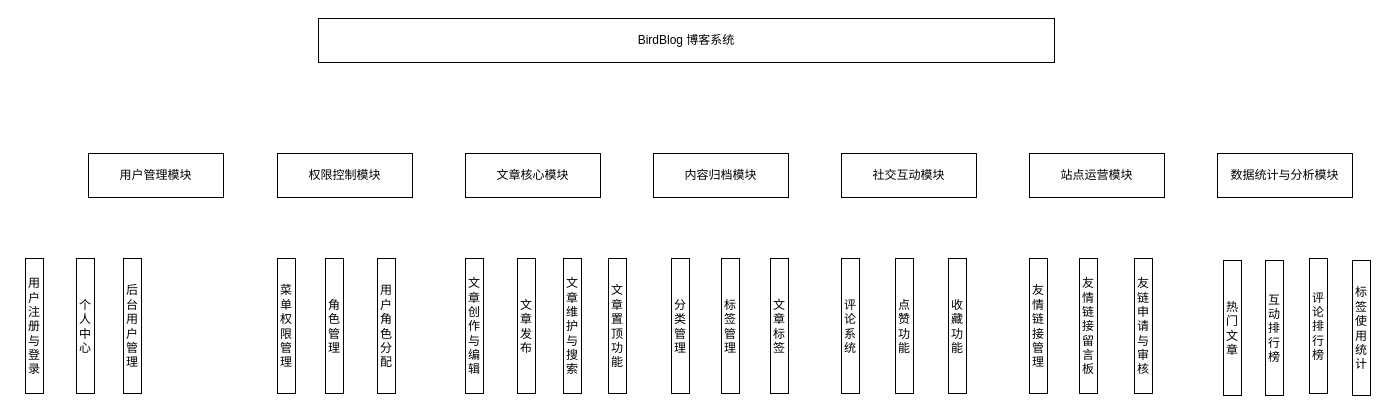
The draw.io diagram graph/系统功能模块图.drawio in zhangbird050801/bird-blog, before the edit. Source tidied: cells renumbered, new cells numbered last; positions are measured from the earlier drawing's top-left corner, leaving out a move shared by most shapes. Both pictures are drawn from the tidied source at 100%, with x=0, y=0 at pixel (25, 18).
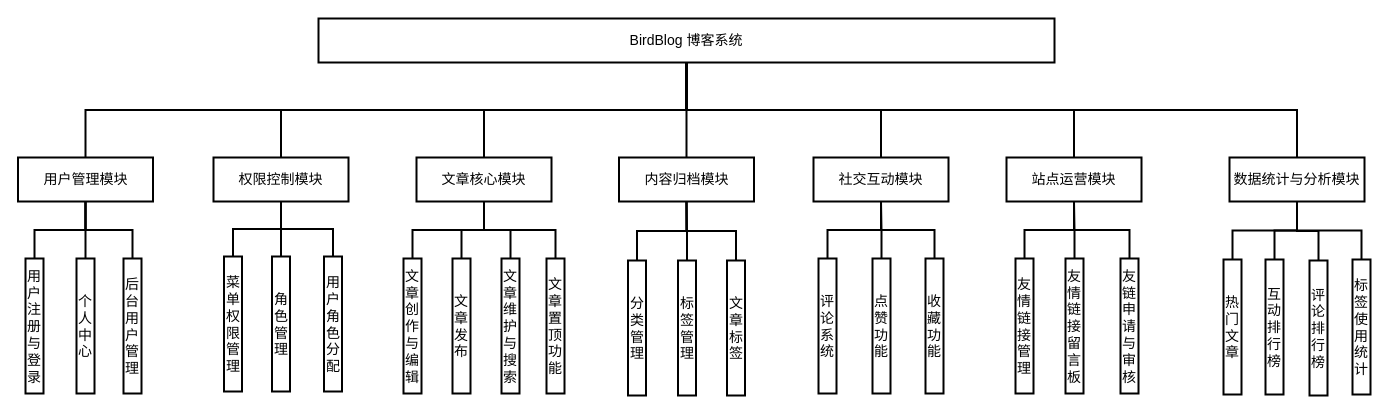
The same page after the edit.

Commit message:
更新系统功能模块图.drawio

The edit, as a diff of the source:
```diff
@@
+    <mxCell id="33" style="edgeStyle=orthogonalEdgeStyle;rounded=0;jettySize=auto;html=1;exitX=0.5;exitY=1;exitDx=0;exitDy=0;entryX=0.5;entryY=0;entryDx=0;entryDy=0;endArrow=none;endFill=0;strokeWidth=2;fontSize=14;" parent="1" edge="1" source="2" target="3">
+      <mxGeometry relative="1" as="geometry" />
+    </mxCell>
-    <mxCell id="2" value="BirdBlog 博客系统" style="rounded=0;whiteSpace=wrap;html=1;" parent="1" vertex="1">
+    <mxCell id="2" value="BirdBlog 博客系统" style="rounded=0;whiteSpace=wrap;html=1;strokeWidth=2;fontSize=14;" parent="1" vertex="1">
       <mxGeometry x="293" width="736" height="44" as="geometry" />
     </mxCell>
-    <mxCell id="3" value="用户管理模块" style="rounded=0;whiteSpace=wrap;html=1;" parent="1" vertex="1">
-      <mxGeometry x="63" y="135" width="135" height="44" as="geometry" />
+    <mxCell id="3" value="用户管理模块" style="rounded=0;whiteSpace=wrap;html=1;strokeWidth=2;fontSize=14;" parent="1" vertex="1">
+      <mxGeometry x="-7.5" y="139" width="135" height="44" as="geometry" />
     </mxCell>
+    <mxCell id="34" style="edgeStyle=orthogonalEdgeStyle;rounded=0;jettySize=auto;html=1;endArrow=none;endFill=0;strokeWidth=2;fontSize=14;" parent="1" edge="1" source="4" target="2">
+      <mxGeometry relative="1" as="geometry" />
+    </mxCell>
-    <mxCell id="4" value="权限控制模块" style="rounded=0;whiteSpace=wrap;html=1;" parent="1" vertex="1">
-      <mxGeometry x="252" y="135" width="135" height="44" as="geometry" />
+    <mxCell id="4" value="权限控制模块" style="rounded=0;whiteSpace=wrap;html=1;strokeWidth=2;fontSize=14;" parent="1" vertex="1">
+      <mxGeometry x="188" y="139" width="135" height="44" as="geometry" />
     </mxCell>
+    <mxCell id="35" style="edgeStyle=orthogonalEdgeStyle;rounded=0;jettySize=auto;html=1;endArrow=none;endFill=0;strokeWidth=2;fontSize=14;" parent="1" edge="1" source="5" target="2">
+      <mxGeometry relative="1" as="geometry" />
+    </mxCell>
-    <mxCell id="5" value="文章核心模块" style="rounded=0;whiteSpace=wrap;html=1;" parent="1" vertex="1">
-      <mxGeometry x="440" y="135" width="135" height="44" as="geometry" />
+    <mxCell id="5" value="文章核心模块" style="rounded=0;whiteSpace=wrap;html=1;strokeWidth=2;fontSize=14;" parent="1" vertex="1">
+      <mxGeometry x="391" y="139" width="135" height="44" as="geometry" />
     </mxCell>
+    <mxCell id="36" style="edgeStyle=orthogonalEdgeStyle;rounded=0;jettySize=auto;html=1;endArrow=none;endFill=0;strokeWidth=2;fontSize=14;" parent="1" edge="1" source="6" target="2">
+      <mxGeometry relative="1" as="geometry" />
+    </mxCell>
-    <mxCell id="6" value="内容归档模块" style="rounded=0;whiteSpace=wrap;html=1;" parent="1" vertex="1">
-      <mxGeometry x="628" y="135" width="135" height="44" as="geometry" />
+    <mxCell id="6" value="内容归档模块" style="rounded=0;whiteSpace=wrap;html=1;strokeWidth=2;fontSize=14;" parent="1" vertex="1">
+      <mxGeometry x="593.5" y="139" width="135" height="44" as="geometry" />
     </mxCell>
+    <mxCell id="37" style="edgeStyle=orthogonalEdgeStyle;rounded=0;jettySize=auto;html=1;endArrow=none;endFill=0;strokeWidth=2;fontSize=14;" parent="1" edge="1" source="7" target="2">
+      <mxGeometry relative="1" as="geometry" />
+    </mxCell>
-    <mxCell id="7" value="社交互动模块" style="rounded=0;whiteSpace=wrap;html=1;" parent="1" vertex="1">
-      <mxGeometry x="816" y="135" width="135" height="44" as="geometry" />
+    <mxCell id="7" value="社交互动模块" style="rounded=0;whiteSpace=wrap;html=1;strokeWidth=2;fontSize=14;" parent="1" vertex="1">
+      <mxGeometry x="788" y="139" width="135" height="44" as="geometry" />
     </mxCell>
+    <mxCell id="38" style="edgeStyle=orthogonalEdgeStyle;rounded=0;jettySize=auto;html=1;endArrow=none;endFill=0;strokeWidth=2;fontSize=14;" parent="1" edge="1" source="8" target="2">
+      <mxGeometry relative="1" as="geometry" />
+    </mxCell>
-    <mxCell id="8" value="站点运营模块" style="rounded=0;whiteSpace=wrap;html=1;" parent="1" vertex="1">
-      <mxGeometry x="1004" y="135" width="135" height="44" as="geometry" />
+    <mxCell id="8" value="站点运营模块" style="rounded=0;whiteSpace=wrap;html=1;strokeWidth=2;fontSize=14;" parent="1" vertex="1">
+      <mxGeometry x="981" y="139" width="135" height="44" as="geometry" />
     </mxCell>
+    <mxCell id="39" style="edgeStyle=orthogonalEdgeStyle;rounded=0;jettySize=auto;html=1;exitX=0.5;exitY=0;exitDx=0;exitDy=0;entryX=0.5;entryY=1;entryDx=0;entryDy=0;endArrow=none;endFill=0;strokeWidth=2;fontSize=14;" parent="1" edge="1" source="9" target="2">
+      <mxGeometry relative="1" as="geometry" />
+    </mxCell>
-    <mxCell id="9" value="数据统计与分析模块" style="rounded=0;whiteSpace=wrap;html=1;" parent="1" vertex="1">
-      <mxGeometry x="1192" y="135" width="135" height="44" as="geometry" />
+    <mxCell id="9" value="数据统计与分析模块" style="rounded=0;whiteSpace=wrap;html=1;strokeWidth=2;fontSize=14;" parent="1" vertex="1">
+      <mxGeometry x="1204" y="139" width="135" height="44" as="geometry" />
     </mxCell>
+    <mxCell id="40" style="edgeStyle=orthogonalEdgeStyle;rounded=0;jettySize=auto;html=1;endArrow=none;endFill=0;strokeWidth=2;fontSize=14;" parent="1" edge="1" source="10" target="3">
+      <mxGeometry relative="1" as="geometry" />
+    </mxCell>
-    <mxCell id="10" value="用户注册与登录" style="rounded=0;whiteSpace=wrap;html=1;direction=south;" parent="1" vertex="1">
+    <mxCell id="10" value="用户注册与登录" style="rounded=0;whiteSpace=wrap;html=1;direction=south;strokeWidth=2;fontSize=14;" parent="1" vertex="1">
       <mxGeometry y="240" width="18" height="135" as="geometry" />
     </mxCell>
+    <mxCell id="41" style="edgeStyle=orthogonalEdgeStyle;rounded=0;jettySize=auto;html=1;endArrow=none;endFill=0;strokeWidth=2;fontSize=14;" parent="1" edge="1" source="11" target="3">
+      <mxGeometry relative="1" as="geometry" />
+    </mxCell>
-    <mxCell id="11" value="个人中心" style="rounded=0;whiteSpace=wrap;html=1;direction=south;" parent="1" vertex="1">
+    <mxCell id="11" value="个人中心" style="rounded=0;whiteSpace=wrap;html=1;direction=south;strokeWidth=2;fontSize=14;" parent="1" vertex="1">
       <mxGeometry x="51" y="240" width="18" height="135" as="geometry" />
     </mxCell>
+    <mxCell id="42" style="edgeStyle=orthogonalEdgeStyle;rounded=0;jettySize=auto;html=1;endArrow=none;endFill=0;strokeWidth=2;fontSize=14;" parent="1" edge="1" source="12" target="3">
+      <mxGeometry relative="1" as="geometry" />
+    </mxCell>
-    <mxCell id="12" value="后台用户管理" style="rounded=0;whiteSpace=wrap;html=1;direction=south;" parent="1" vertex="1">
+    <mxCell id="12" value="后台用户管理" style="rounded=0;whiteSpace=wrap;html=1;direction=south;strokeWidth=2;fontSize=14;" parent="1" vertex="1">
       <mxGeometry x="98" y="240" width="18" height="135" as="geometry" />
     </mxCell>
+    <mxCell id="43" style="edgeStyle=orthogonalEdgeStyle;rounded=0;jettySize=auto;html=1;endArrow=none;endFill=0;strokeWidth=2;fontSize=14;" parent="1" edge="1" source="13" target="4">
+      <mxGeometry relative="1" as="geometry" />
+    </mxCell>
-    <mxCell id="13" value="菜单权限管理" style="rounded=0;whiteSpace=wrap;html=1;direction=south;" parent="1" vertex="1">
-      <mxGeometry x="252" y="240" width="18" height="135" as="geometry" />
+    <mxCell id="13" value="菜单权限管理" style="rounded=0;whiteSpace=wrap;html=1;direction=south;strokeWidth=2;fontSize=14;" parent="1" vertex="1">
+      <mxGeometry x="198.5" y="238" width="18" height="135" as="geometry" />
     </mxCell>
+    <mxCell id="44" style="edgeStyle=orthogonalEdgeStyle;rounded=0;jettySize=auto;html=1;endArrow=none;endFill=0;strokeWidth=2;fontSize=14;" parent="1" edge="1" source="14" target="4">
+      <mxGeometry relative="1" as="geometry" />
+    </mxCell>
-    <mxCell id="14" value="角色管理" style="rounded=0;whiteSpace=wrap;html=1;direction=south;" parent="1" vertex="1">
-      <mxGeometry x="300" y="240" width="18" height="135" as="geometry" />
+    <mxCell id="14" value="角色管理" style="rounded=0;whiteSpace=wrap;html=1;direction=south;strokeWidth=2;fontSize=14;" parent="1" vertex="1">
+      <mxGeometry x="246.5" y="238" width="18" height="135" as="geometry" />
     </mxCell>
+    <mxCell id="45" style="edgeStyle=orthogonalEdgeStyle;rounded=0;jettySize=auto;html=1;endArrow=none;endFill=0;strokeWidth=2;fontSize=14;" parent="1" edge="1" source="15" target="4">
+      <mxGeometry relative="1" as="geometry" />
+    </mxCell>
-    <mxCell id="15" value="用户角色分配" style="rounded=0;whiteSpace=wrap;html=1;direction=south;" parent="1" vertex="1">
-      <mxGeometry x="352" y="240" width="18" height="135" as="geometry" />
+    <mxCell id="15" value="用户角色分配" style="rounded=0;whiteSpace=wrap;html=1;direction=south;strokeWidth=2;fontSize=14;" parent="1" vertex="1">
+      <mxGeometry x="298.5" y="238" width="18" height="135" as="geometry" />
     </mxCell>
+    <mxCell id="46" style="edgeStyle=orthogonalEdgeStyle;rounded=0;jettySize=auto;html=1;endArrow=none;endFill=0;strokeWidth=2;fontSize=14;" parent="1" edge="1" source="16" target="5">
+      <mxGeometry relative="1" as="geometry" />
+    </mxCell>
-    <mxCell id="16" value="文章创作与编辑" style="rounded=0;whiteSpace=wrap;html=1;direction=south;" parent="1" vertex="1">
-      <mxGeometry x="440" y="240" width="18" height="135" as="geometry" />
+    <mxCell id="16" value="文章创作与编辑" style="rounded=0;whiteSpace=wrap;html=1;direction=south;strokeWidth=2;fontSize=14;" parent="1" vertex="1">
+      <mxGeometry x="378" y="240" width="18" height="135" as="geometry" />
     </mxCell>
+    <mxCell id="47" style="edgeStyle=orthogonalEdgeStyle;rounded=0;jettySize=auto;html=1;endArrow=none;endFill=0;strokeWidth=2;fontSize=14;" parent="1" edge="1" source="17" target="5">
+      <mxGeometry relative="1" as="geometry" />
+    </mxCell>
-    <mxCell id="17" value="文章发布" style="rounded=0;whiteSpace=wrap;html=1;direction=south;" parent="1" vertex="1">
-      <mxGeometry x="492" y="240" width="18" height="135" as="geometry" />
+    <mxCell id="17" value="文章发布" style="rounded=0;whiteSpace=wrap;html=1;direction=south;strokeWidth=2;fontSize=14;" parent="1" vertex="1">
+      <mxGeometry x="427" y="240" width="18" height="135" as="geometry" />
     </mxCell>
+    <mxCell id="48" style="edgeStyle=orthogonalEdgeStyle;rounded=0;jettySize=auto;html=1;endArrow=none;endFill=0;strokeWidth=2;fontSize=14;" parent="1" edge="1" source="18" target="5">
+      <mxGeometry relative="1" as="geometry" />
+    </mxCell>
-    <mxCell id="18" value="文章维护与搜索" style="rounded=0;whiteSpace=wrap;html=1;direction=south;" parent="1" vertex="1">
-      <mxGeometry x="538" y="240" width="18" height="135" as="geometry" />
+    <mxCell id="18" value="文章维护与搜索" style="rounded=0;whiteSpace=wrap;html=1;direction=south;strokeWidth=2;fontSize=14;" parent="1" vertex="1">
+      <mxGeometry x="476" y="240" width="18" height="135" as="geometry" />
     </mxCell>
+    <mxCell id="49" style="edgeStyle=orthogonalEdgeStyle;rounded=0;jettySize=auto;html=1;endArrow=none;endFill=0;strokeWidth=2;fontSize=14;" parent="1" edge="1" source="19" target="5">
+      <mxGeometry relative="1" as="geometry" />
+    </mxCell>
-    <mxCell id="19" value="文章置顶功能" style="rounded=0;whiteSpace=wrap;html=1;direction=south;" parent="1" vertex="1">
-      <mxGeometry x="583" y="240" width="18" height="135" as="geometry" />
+    <mxCell id="19" value="文章置顶功能" style="rounded=0;whiteSpace=wrap;html=1;direction=south;strokeWidth=2;fontSize=14;" parent="1" vertex="1">
+      <mxGeometry x="521" y="240" width="18" height="135" as="geometry" />
     </mxCell>
+    <mxCell id="50" style="edgeStyle=orthogonalEdgeStyle;rounded=0;jettySize=auto;html=1;endArrow=none;endFill=0;strokeWidth=2;fontSize=14;" parent="1" edge="1" source="20" target="6">
+      <mxGeometry relative="1" as="geometry" />
+    </mxCell>
-    <mxCell id="20" value="分类管理" style="rounded=0;whiteSpace=wrap;html=1;direction=south;" parent="1" vertex="1">
-      <mxGeometry x="646" y="240" width="18" height="135" as="geometry" />
+    <mxCell id="20" value="分类管理" style="rounded=0;whiteSpace=wrap;html=1;direction=south;strokeWidth=2;fontSize=14;" parent="1" vertex="1">
+      <mxGeometry x="602.5" y="242" width="18" height="135" as="geometry" />
     </mxCell>
+    <mxCell id="51" style="edgeStyle=orthogonalEdgeStyle;rounded=0;jettySize=auto;html=1;endArrow=none;endFill=0;strokeWidth=2;fontSize=14;" parent="1" edge="1" source="21" target="6">
+      <mxGeometry relative="1" as="geometry" />
+    </mxCell>
-    <mxCell id="21" value="标签管理" style="rounded=0;whiteSpace=wrap;html=1;direction=south;" parent="1" vertex="1">
-      <mxGeometry x="696" y="240" width="18" height="135" as="geometry" />
+    <mxCell id="21" value="标签管理" style="rounded=0;whiteSpace=wrap;html=1;direction=south;strokeWidth=2;fontSize=14;" parent="1" vertex="1">
+      <mxGeometry x="652.5" y="242" width="18" height="135" as="geometry" />
     </mxCell>
+    <mxCell id="52" style="edgeStyle=orthogonalEdgeStyle;rounded=0;jettySize=auto;html=1;endArrow=none;endFill=0;strokeWidth=2;fontSize=14;" parent="1" edge="1" source="22" target="6">
+      <mxGeometry relative="1" as="geometry" />
+    </mxCell>
-    <mxCell id="22" value="文章标签" style="rounded=0;whiteSpace=wrap;html=1;direction=south;" parent="1" vertex="1">
-      <mxGeometry x="745" y="240" width="18" height="135" as="geometry" />
+    <mxCell id="22" value="文章标签" style="rounded=0;whiteSpace=wrap;html=1;direction=south;strokeWidth=2;fontSize=14;" parent="1" vertex="1">
+      <mxGeometry x="701.5" y="242" width="18" height="135" as="geometry" />
     </mxCell>
+    <mxCell id="53" style="edgeStyle=orthogonalEdgeStyle;rounded=0;jettySize=auto;html=1;endArrow=none;endFill=0;strokeWidth=2;fontSize=14;" parent="1" edge="1" source="23" target="7">
+      <mxGeometry relative="1" as="geometry" />
+    </mxCell>
-    <mxCell id="23" value="评论系统" style="rounded=0;whiteSpace=wrap;html=1;direction=south;" parent="1" vertex="1">
-      <mxGeometry x="816" y="240" width="18" height="135" as="geometry" />
+    <mxCell id="23" value="评论系统" style="rounded=0;whiteSpace=wrap;html=1;direction=south;strokeWidth=2;fontSize=14;" parent="1" vertex="1">
+      <mxGeometry x="793" y="240" width="18" height="135" as="geometry" />
     </mxCell>
+    <mxCell id="54" style="edgeStyle=orthogonalEdgeStyle;rounded=0;jettySize=auto;html=1;endArrow=none;endFill=0;strokeWidth=2;fontSize=14;" parent="1" edge="1" source="24" target="7">
+      <mxGeometry relative="1" as="geometry" />
+    </mxCell>
-    <mxCell id="24" value="点赞功能" style="rounded=0;whiteSpace=wrap;html=1;direction=south;" parent="1" vertex="1">
-      <mxGeometry x="870" y="240" width="18" height="135" as="geometry" />
+    <mxCell id="24" value="点赞功能" style="rounded=0;whiteSpace=wrap;html=1;direction=south;strokeWidth=2;fontSize=14;" parent="1" vertex="1">
+      <mxGeometry x="847" y="240" width="18" height="135" as="geometry" />
     </mxCell>
+    <mxCell id="55" style="edgeStyle=orthogonalEdgeStyle;rounded=0;jettySize=auto;html=1;endArrow=none;endFill=0;strokeWidth=2;fontSize=14;" parent="1" edge="1" source="25" target="7">
+      <mxGeometry relative="1" as="geometry" />
+    </mxCell>
-    <mxCell id="25" value="收藏功能" style="rounded=0;whiteSpace=wrap;html=1;direction=south;" parent="1" vertex="1">
-      <mxGeometry x="923" y="240" width="18" height="135" as="geometry" />
+    <mxCell id="25" value="收藏功能" style="rounded=0;whiteSpace=wrap;html=1;direction=south;strokeWidth=2;fontSize=14;" parent="1" vertex="1">
+      <mxGeometry x="900" y="240" width="18" height="135" as="geometry" />
     </mxCell>
+    <mxCell id="56" style="edgeStyle=orthogonalEdgeStyle;rounded=0;jettySize=auto;html=1;endArrow=none;endFill=0;strokeWidth=2;fontSize=14;" parent="1" edge="1" source="26" target="8">
+      <mxGeometry relative="1" as="geometry" />
+    </mxCell>
-    <mxCell id="26" value="友情链接管理" style="rounded=0;whiteSpace=wrap;html=1;direction=south;" parent="1" vertex="1">
-      <mxGeometry x="1004" y="240" width="18" height="135" as="geometry" />
+    <mxCell id="26" value="友情链接管理" style="rounded=0;whiteSpace=wrap;html=1;direction=south;strokeWidth=2;fontSize=14;" parent="1" vertex="1">
+      <mxGeometry x="990" y="240" width="18" height="135" as="geometry" />
     </mxCell>
+    <mxCell id="57" style="edgeStyle=orthogonalEdgeStyle;rounded=0;jettySize=auto;html=1;endArrow=none;endFill=0;strokeWidth=2;fontSize=14;" parent="1" edge="1" source="27" target="8">
+      <mxGeometry relative="1" as="geometry" />
+    </mxCell>
-    <mxCell id="27" value="友情链接留言板" style="rounded=0;whiteSpace=wrap;html=1;direction=south;" parent="1" vertex="1">
-      <mxGeometry x="1054" y="240" width="18" height="135" as="geometry" />
+    <mxCell id="27" value="友情链接留言板" style="rounded=0;whiteSpace=wrap;html=1;direction=south;strokeWidth=2;fontSize=14;" parent="1" vertex="1">
+      <mxGeometry x="1040" y="240" width="18" height="135" as="geometry" />
     </mxCell>
+    <mxCell id="58" style="edgeStyle=orthogonalEdgeStyle;rounded=0;jettySize=auto;html=1;endArrow=none;endFill=0;strokeWidth=2;fontSize=14;" parent="1" edge="1" source="28" target="8">
+      <mxGeometry relative="1" as="geometry" />
+    </mxCell>
-    <mxCell id="28" value="友链申请与审核" style="rounded=0;whiteSpace=wrap;html=1;direction=south;" parent="1" vertex="1">
-      <mxGeometry x="1109" y="240" width="18" height="135" as="geometry" />
+    <mxCell id="28" value="友链申请与审核" style="rounded=0;whiteSpace=wrap;html=1;direction=south;strokeWidth=2;fontSize=14;" parent="1" vertex="1">
+      <mxGeometry x="1095" y="240" width="18" height="135" as="geometry" />
     </mxCell>
+    <mxCell id="59" style="edgeStyle=orthogonalEdgeStyle;rounded=0;jettySize=auto;html=1;endArrow=none;endFill=0;strokeWidth=2;fontSize=14;" parent="1" edge="1" source="29" target="9">
+      <mxGeometry relative="1" as="geometry" />
+    </mxCell>
-    <mxCell id="29" value="热门文章" style="rounded=0;whiteSpace=wrap;html=1;direction=south;" parent="1" vertex="1">
-      <mxGeometry x="1198" y="242" width="18" height="135" as="geometry" />
+    <mxCell id="29" value="热门文章" style="rounded=0;whiteSpace=wrap;html=1;direction=south;strokeWidth=2;fontSize=14;" parent="1" vertex="1">
+      <mxGeometry x="1198" y="241" width="18" height="135" as="geometry" />
     </mxCell>
+    <mxCell id="60" style="edgeStyle=orthogonalEdgeStyle;rounded=0;jettySize=auto;html=1;endArrow=none;endFill=0;strokeWidth=2;fontSize=14;" parent="1" edge="1" source="30" target="9">
+      <mxGeometry relative="1" as="geometry" />
+    </mxCell>
-    <mxCell id="30" value="互动排行榜" style="rounded=0;whiteSpace=wrap;html=1;direction=south;" parent="1" vertex="1">
-      <mxGeometry x="1240" y="242" width="18" height="135" as="geometry" />
+    <mxCell id="30" value="互动排行榜" style="rounded=0;whiteSpace=wrap;html=1;direction=south;strokeWidth=2;fontSize=14;" parent="1" vertex="1">
+      <mxGeometry x="1240" y="241" width="18" height="135" as="geometry" />
     </mxCell>
+    <mxCell id="61" style="edgeStyle=orthogonalEdgeStyle;rounded=0;jettySize=auto;html=1;endArrow=none;endFill=0;strokeWidth=2;fontSize=14;" parent="1" edge="1" source="31" target="9">
+      <mxGeometry relative="1" as="geometry" />
+    </mxCell>
-    <mxCell id="31" value="评论排行榜" style="rounded=0;whiteSpace=wrap;html=1;direction=south;" parent="1" vertex="1">
-      <mxGeometry x="1284" y="240" width="18" height="135" as="geometry" />
+    <mxCell id="31" value="评论排行榜" style="rounded=0;whiteSpace=wrap;html=1;direction=south;strokeWidth=2;fontSize=14;" parent="1" vertex="1">
+      <mxGeometry x="1284" y="242" width="18" height="135" as="geometry" />
     </mxCell>
+    <mxCell id="62" style="edgeStyle=orthogonalEdgeStyle;rounded=0;jettySize=auto;html=1;endArrow=none;endFill=0;strokeWidth=2;fontSize=14;" parent="1" edge="1" source="32" target="9">
+      <mxGeometry relative="1" as="geometry" />
+    </mxCell>
-    <mxCell id="32" value="标签使用统计" style="rounded=0;whiteSpace=wrap;html=1;direction=south;" parent="1" vertex="1">
-      <mxGeometry x="1327" y="242" width="18" height="135" as="geometry" />
+    <mxCell id="32" value="标签使用统计" style="rounded=0;whiteSpace=wrap;html=1;direction=south;strokeWidth=2;fontSize=14;" parent="1" vertex="1">
+      <mxGeometry x="1327" y="241" width="18" height="135" as="geometry" />
     </mxCell>
```
